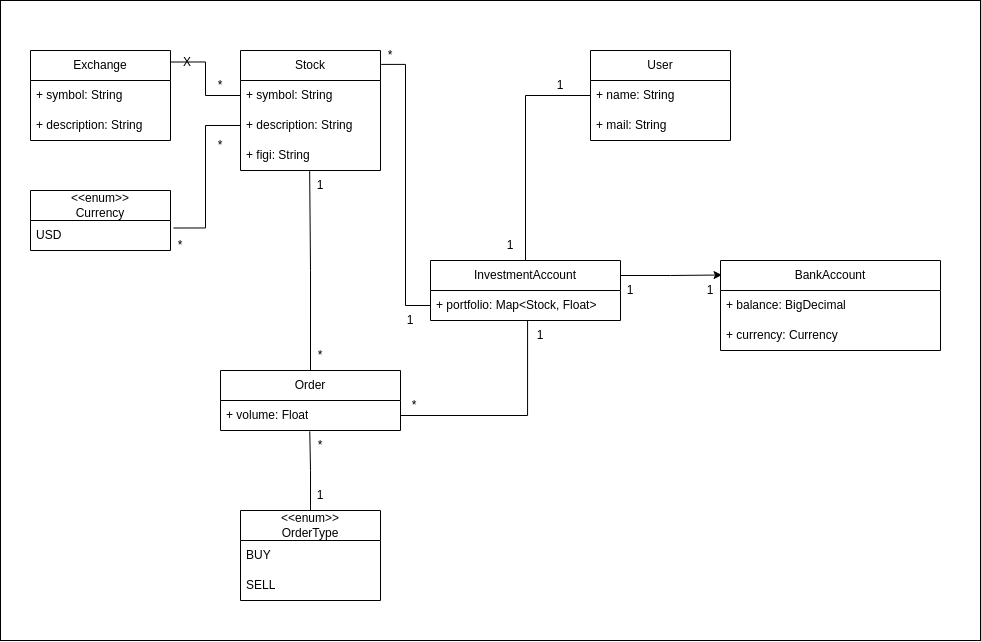
Before: doc/diagrams/domaenenmodell.png, a diagram exported from draw.io (djthomann/FinancePepjekt). Source tidied: cells renumbered, new cells last; positions are measured from the earlier drawing's top-left corner, leaving out a move shared by most shapes.
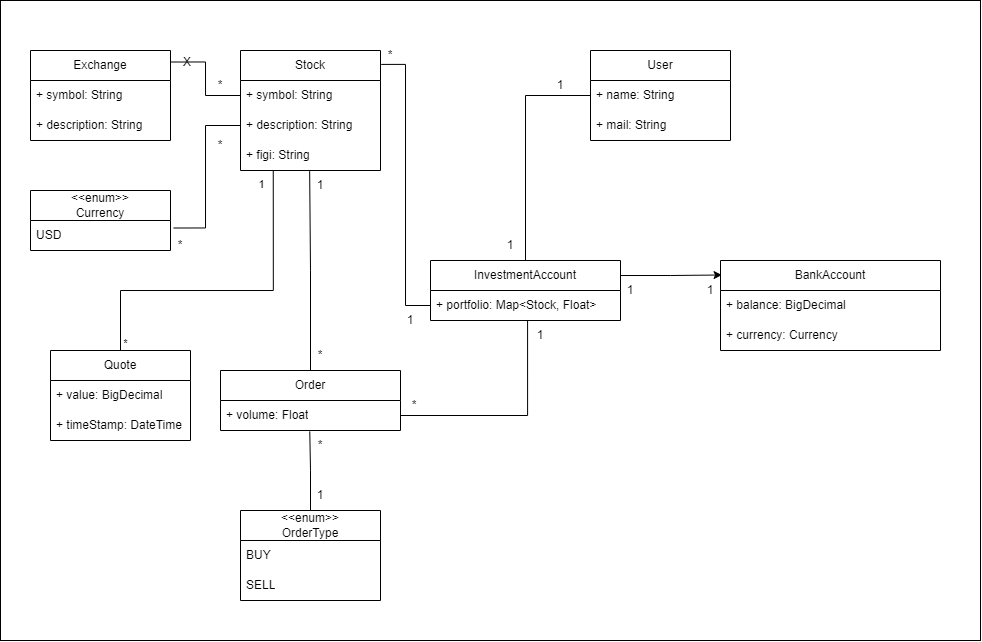
The same file after the commit.

Commit message:
FEATURE: Add entitie quote

Change to the diagram source:
```diff
@@ -143,5 +143,32 @@
     <mxCell id="48" value="X" style="text;html=1;strokeColor=none;fillColor=none;align=center;verticalAlign=middle;whiteSpace=wrap;rounded=0;" parent="1" vertex="1">
       <mxGeometry x="157" y="47" width="60" height="30" as="geometry" />
     </mxCell>
+    <mxCell id="49" value="Quote" style="swimlane;fontStyle=0;horizontal=1;startSize=30;whiteSpace=wrap;html=1;" parent="1" vertex="1">
+      <mxGeometry x="50" y="350" width="140" height="90" as="geometry" />
+    </mxCell>
+    <mxCell id="50" value="+ value: BigDecimal" style="text;strokeColor=none;fillColor=none;align=left;verticalAlign=middle;spacingLeft=4;spacingRight=4;overflow=hidden;whiteSpace=wrap;html=1;" parent="49" vertex="1">
+      <mxGeometry y="30" width="140" height="30" as="geometry" />
+    </mxCell>
+    <mxCell id="51" value="+ timeStamp: DateTime" style="text;strokeColor=none;fillColor=none;align=left;verticalAlign=middle;spacingLeft=4;spacingRight=4;overflow=hidden;whiteSpace=wrap;html=1;" parent="49" vertex="1">
+      <mxGeometry y="60" width="140" height="30" as="geometry" />
+    </mxCell>
+    <mxCell id="52" style="edgeStyle=orthogonalEdgeStyle;rounded=0;jettySize=auto;html=1;entryX=0.234;entryY=1.01;entryDx=0;entryDy=0;entryPerimeter=0;endArrow=none;endFill=0;" parent="1" edge="1" source="49" target="6">
+      <mxGeometry relative="1" as="geometry">
+        <Array as="points">
+          <mxPoint x="120" y="290" />
+          <mxPoint x="273" y="290" />
+        </Array>
+      </mxGeometry>
+    </mxCell>
+    <mxCell id="53" value="1" style="edgeLabel;html=1;align=center;verticalAlign=middle;" parent="52" vertex="1">
+      <mxGeometry x="0.87" y="1" relative="1" as="geometry">
+        <mxPoint x="-11" y="-9" as="offset" />
+      </mxGeometry>
+    </mxCell>
+    <mxCell id="54" value="*" style="edgeLabel;html=1;align=center;verticalAlign=middle;" parent="52" vertex="1">
+      <mxGeometry x="-0.93" y="-2" relative="1" as="geometry">
+        <mxPoint x="3" y="5" as="offset" />
+      </mxGeometry>
+    </mxCell>
   </root>
 </mxGraphModel>
```
